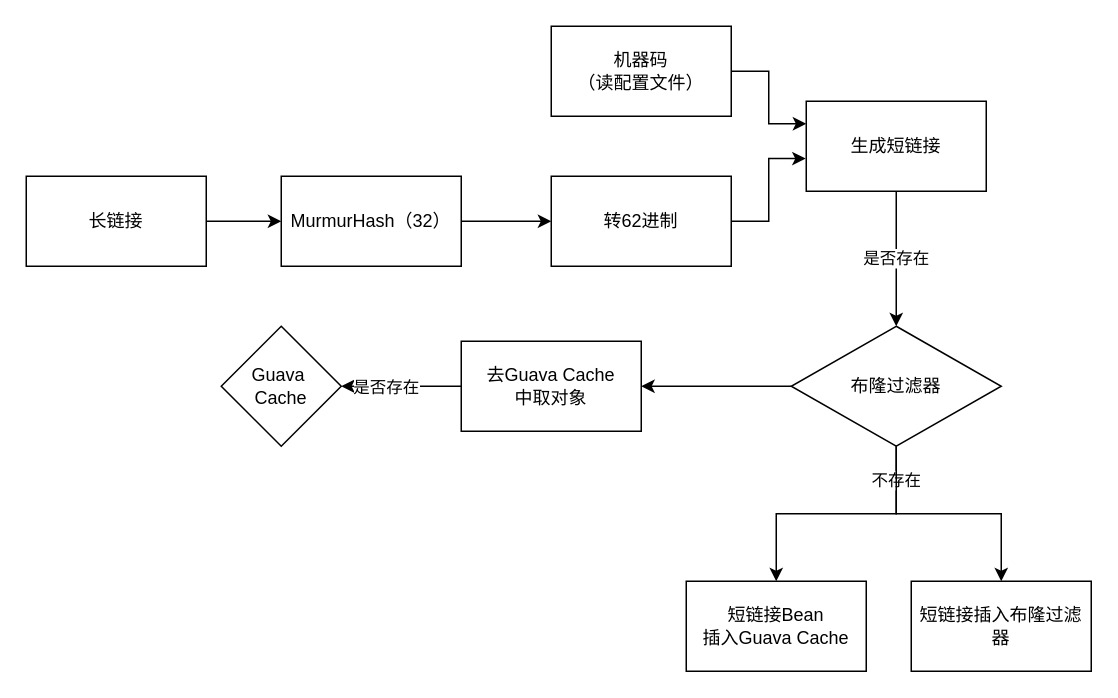
This is 未命名绘图.drawio from CoderDream/52ms, a draw.io file, before an edit. Source tidied: cells renumbered, new cells numbered last; positions are measured from the earlier drawing's top-left corner, leaving out a move shared by most shapes. Both pictures are drawn from the tidied source at 150%, with x=0, y=0 at pixel (26, 26).
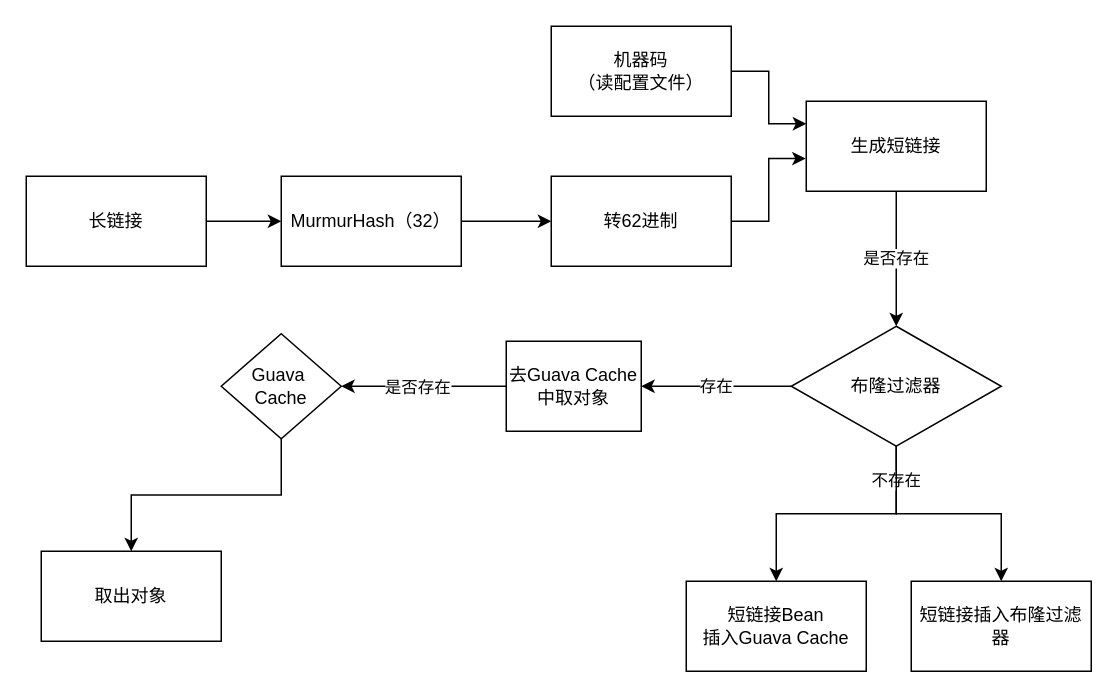
After the change.

Commit message (it also covers changes not shown here):
更新未命名绘图.drawio

Unchanged cells that the change refers to:
```xml
<mxCell id="16" value="布隆过滤器" style="rhombus;whiteSpace=wrap;html=1;" parent="1" vertex="1">
  <mxGeometry x="510" y="200" width="140" height="80" as="geometry" />
</mxCell>
<mxCell id="18" style="edgeStyle=orthogonalEdgeStyle;rounded=0;jettySize=auto;html=1;" parent="1" edge="1" source="20" target="21">
  <mxGeometry relative="1" as="geometry" />
</mxCell>
```

The edit, as a diff of the source:
```diff
@@
-    <mxCell id="15" style="edgeStyle=orthogonalEdgeStyle;rounded=0;jettySize=auto;html=1;" parent="1" edge="1" source="16" target="20">
-      <mxGeometry relative="1" as="geometry" />
+    <mxCell id="15" value="存在" style="edgeStyle=orthogonalEdgeStyle;rounded=0;jettySize=auto;html=1;" parent="1" edge="1" source="16" target="20">
+      <mxGeometry relative="1" as="geometry">
+        <Array as="points">
+          <mxPoint x="470" y="240" />
+          <mxPoint x="470" y="240" />
+        </Array>
+      </mxGeometry>
     </mxCell>
@@
     <mxCell id="19" value="是否存在" style="edgeLabel;html=1;align=center;verticalAlign=middle;" parent="18" vertex="1">
-      <mxGeometry x="0.27" relative="1" as="geometry" />
+      <mxGeometry x="0.27" relative="1" as="geometry">
+        <mxPoint x="10" as="offset" />
+      </mxGeometry>
     </mxCell>
     <mxCell id="20" value="去Guava Cache&lt;br&gt;中取对象" style="rounded=0;whiteSpace=wrap;html=1;" parent="1" vertex="1">
-      <mxGeometry x="290" y="210" width="120" height="60" as="geometry" />
+      <mxGeometry x="320" y="210" width="90" height="60" as="geometry" />
     </mxCell>
+    <mxCell id="22" style="edgeStyle=orthogonalEdgeStyle;rounded=0;jettySize=auto;html=1;" parent="1" edge="1" source="21" target="23">
+      <mxGeometry relative="1" as="geometry" />
+    </mxCell>
     <mxCell id="21" value="Guava&amp;nbsp;&lt;br&gt;Cache" style="rhombus;whiteSpace=wrap;html=1;" parent="1" vertex="1">
-      <mxGeometry x="130" y="200" width="80" height="80" as="geometry" />
+      <mxGeometry x="130" y="205" width="80" height="70" as="geometry" />
     </mxCell>
+    <mxCell id="23" value="取出对象" style="rounded=0;whiteSpace=wrap;html=1;" parent="1" vertex="1">
+      <mxGeometry x="10" y="350" width="120" height="60" as="geometry" />
+    </mxCell>
```
